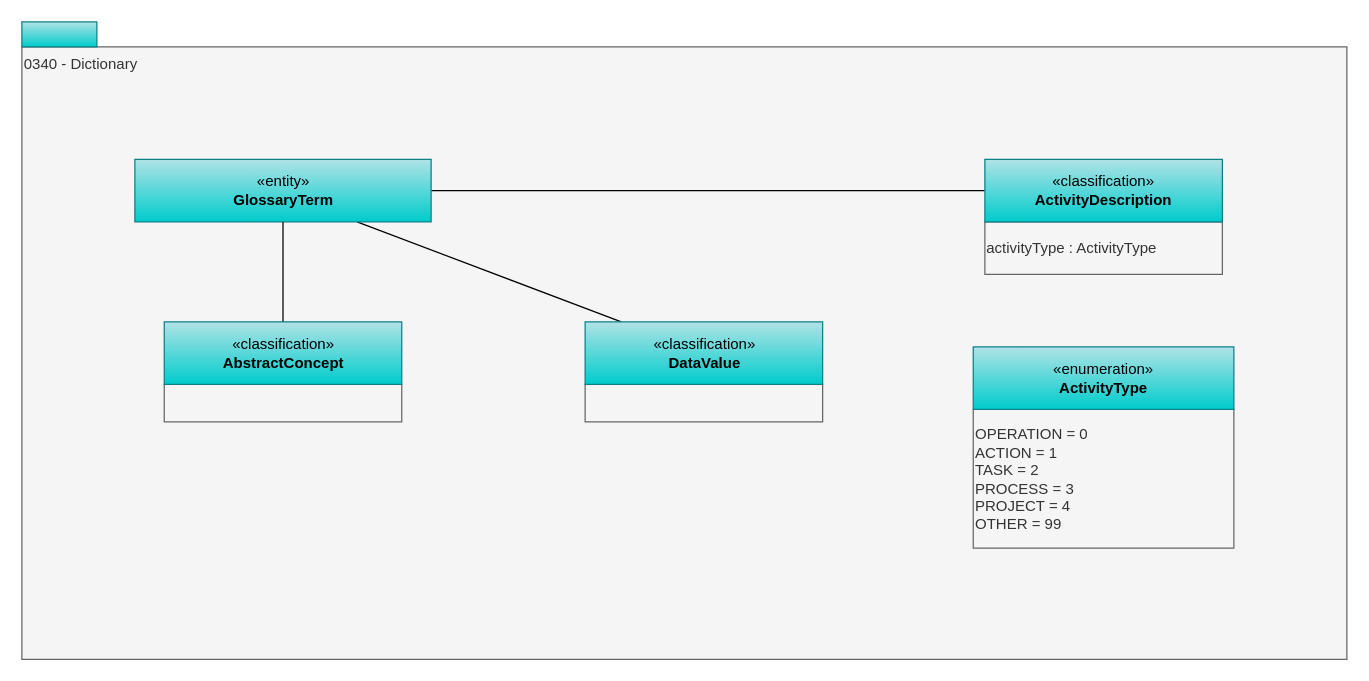
Earlier version of the draw.io diagram page "0340-Dictionary" (4 of 11) of site/docs/types/3/area-3-glossary.drawio (odpi/egeria-docs). Source tidied: cells renumbered, new cells numbered last; positions are measured from the earlier drawing's top-left corner, leaving out a move shared by most shapes. Both pictures are drawn from the tidied source at 125%, with x=0, y=0 at pixel (21, 21).
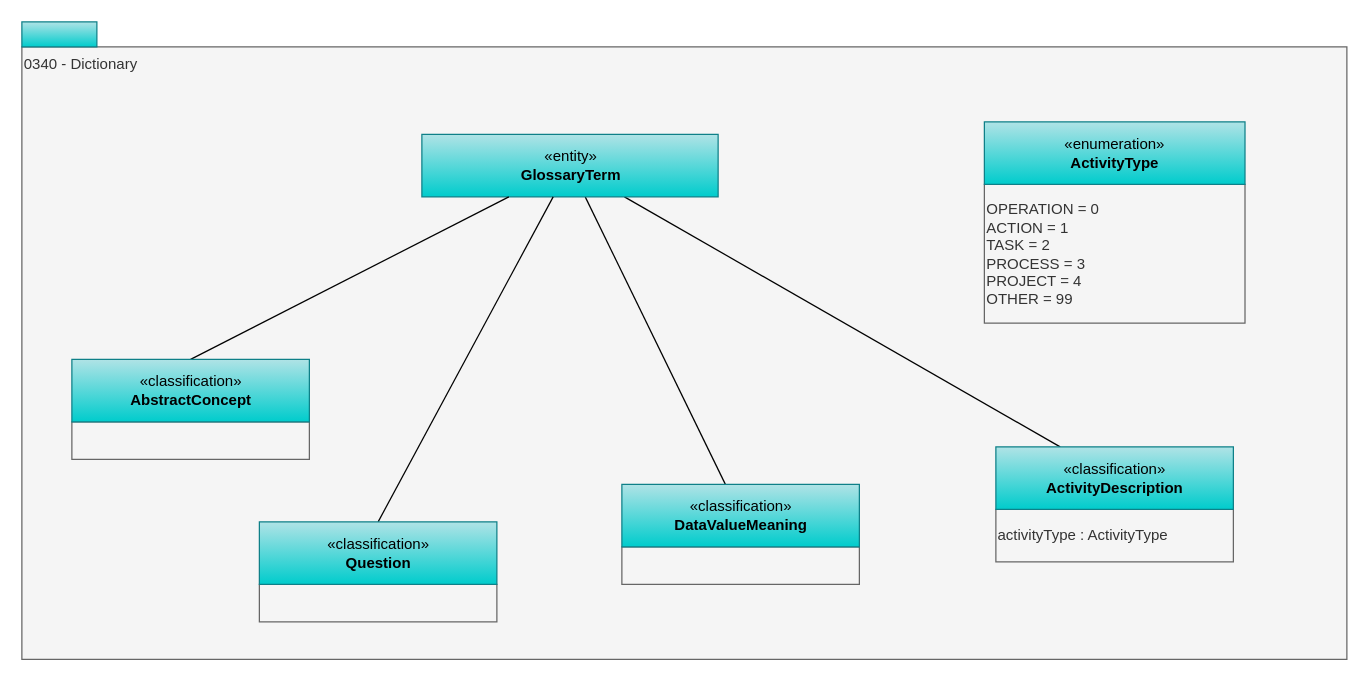
The same page after the edit.

Change to the diagram source:
```diff
@@
 <mxGraphModel>
   <root>
     <mxCell id="0" />
     <mxCell id="1" parent="0" />
     <mxCell id="2" value="0340 - Dictionary" style="rounded=0;whiteSpace=wrap;html=1;align=left;verticalAlign=top;fillColor=#f5f5f5;fontColor=#333333;strokeColor=#666666;" parent="1" vertex="1">
       <mxGeometry y="20" width="1060" height="490" as="geometry" />
     </mxCell>
     <mxCell id="3" value="activityType : ActivityType&lt;br&gt;&lt;div style=&quot;text-align: left&quot;&gt;&lt;/div&gt;" style="rounded=0;whiteSpace=wrap;html=1;strokeColor=#666666;align=left;fillColor=#f5f5f5;fontColor=#333333;" parent="1" vertex="1">
-      <mxGeometry x="770.4" y="160" width="190" height="42" as="geometry" />
+      <mxGeometry x="779.2" y="390" width="190" height="42" as="geometry" />
     </mxCell>
-    <mxCell id="4" style="edgeStyle=orthogonalEdgeStyle;rounded=0;jettySize=auto;html=1;endArrow=none;endFill=0;entryX=1;entryY=0.5;entryDx=0;entryDy=0;" parent="1" edge="1" source="5" target="8">
+    <mxCell id="4" style="rounded=0;jettySize=auto;html=1;endArrow=none;endFill=0;" parent="1" edge="1" source="5" target="8">
       <mxGeometry relative="1" as="geometry" />
     </mxCell>
     <mxCell id="5" value="«classification»&lt;br&gt;&lt;b&gt;ActivityDescription&lt;/b&gt;" style="html=1;strokeColor=#0e8088;align=center;fillColor=#b0e3e6;gradientColor=#00CCCC;" parent="1" vertex="1">
-      <mxGeometry x="770.4" y="110" width="190" height="50" as="geometry" />
+      <mxGeometry x="779.2" y="340" width="190" height="50" as="geometry" />
     </mxCell>
     <mxCell id="6" style="rounded=0;whiteSpace=wrap;html=1;align=left;fillColor=#b0e3e6;strokeColor=#0e8088;gradientColor=#00CCCC;" parent="1" vertex="1">
       <mxGeometry width="60" height="20" as="geometry" />
     </mxCell>
-    <mxCell id="7" style="rounded=0;jettySize=auto;html=1;exitX=0.75;exitY=1;exitDx=0;exitDy=0;endArrow=none;endFill=0;" parent="1" edge="1" source="8" target="12">
+    <mxCell id="7" style="rounded=0;jettySize=auto;html=1;endArrow=none;endFill=0;" parent="1" edge="1" source="8" target="12">
       <mxGeometry relative="1" as="geometry" />
     </mxCell>
     <mxCell id="8" value="«entity»&lt;br&gt;&lt;b&gt;GlossaryTerm&lt;/b&gt;" style="html=1;strokeColor=#0e8088;align=center;fillColor=#b0e3e6;gradientColor=#00CCCC;" parent="1" vertex="1">
-      <mxGeometry x="90.4" y="110" width="237" height="50" as="geometry" />
+      <mxGeometry x="320" y="90" width="237" height="50" as="geometry" />
     </mxCell>
     <mxCell id="9" value="OPERATION = 0&lt;br&gt;ACTION = 1&lt;br&gt;TASK = 2&lt;br&gt;PROCESS = 3&lt;br&gt;PROJECT = 4&lt;br&gt;OTHER = 99" style="rounded=0;whiteSpace=wrap;html=1;strokeColor=#666666;align=left;fillColor=#f5f5f5;fontColor=#333333;" parent="1" vertex="1">
-      <mxGeometry x="761.1" y="310" width="208.5" height="111" as="geometry" />
+      <mxGeometry x="770" y="130" width="208.5" height="111" as="geometry" />
     </mxCell>
     <mxCell id="10" value="«enumeration»&lt;br&gt;&lt;b&gt;ActivityType&lt;/b&gt;" style="html=1;strokeColor=#0e8088;align=center;fillColor=#b0e3e6;gradientColor=#00CCCC;" parent="1" vertex="1">
-      <mxGeometry x="761.1" y="260" width="208.5" height="50" as="geometry" />
+      <mxGeometry x="770" y="80" width="208.5" height="50" as="geometry" />
     </mxCell>
     <mxCell id="11" value="&lt;br&gt;&lt;div style=&quot;text-align: left&quot;&gt;&lt;/div&gt;" style="rounded=0;whiteSpace=wrap;html=1;strokeColor=#666666;align=left;fillColor=#f5f5f5;fontColor=#333333;" parent="1" vertex="1">
-      <mxGeometry x="450.6" y="290" width="190" height="30" as="geometry" />
+      <mxGeometry x="480" y="420" width="190" height="30" as="geometry" />
     </mxCell>
-    <mxCell id="12" value="«classification»&lt;br&gt;&lt;b&gt;DataValue&lt;/b&gt;" style="html=1;strokeColor=#0e8088;align=center;fillColor=#b0e3e6;gradientColor=#00CCCC;" parent="1" vertex="1">
-      <mxGeometry x="450.6" y="240" width="190" height="50" as="geometry" />
+    <mxCell id="12" value="«classification»&lt;br&gt;&lt;b&gt;DataValueMeaning&lt;/b&gt;" style="html=1;strokeColor=#0e8088;align=center;fillColor=#b0e3e6;gradientColor=#00CCCC;" parent="1" vertex="1">
+      <mxGeometry x="480" y="370" width="190" height="50" as="geometry" />
     </mxCell>
-    <mxCell id="13" style="edgeStyle=orthogonalEdgeStyle;rounded=0;jettySize=auto;html=1;exitX=0.5;exitY=0;exitDx=0;exitDy=0;entryX=0.5;entryY=1;entryDx=0;entryDy=0;endArrow=none;endFill=0;" parent="1" edge="1" source="15" target="8">
+    <mxCell id="13" style="rounded=0;jettySize=auto;html=1;exitX=0.5;exitY=0;exitDx=0;exitDy=0;endArrow=none;endFill=0;" parent="1" edge="1" source="15" target="8">
       <mxGeometry relative="1" as="geometry" />
     </mxCell>
     <mxCell id="14" value="&lt;br&gt;&lt;div style=&quot;text-align: left&quot;&gt;&lt;/div&gt;" style="rounded=0;whiteSpace=wrap;html=1;strokeColor=#666666;align=left;fillColor=#f5f5f5;fontColor=#333333;" parent="1" vertex="1">
-      <mxGeometry x="113.9" y="290" width="190" height="30" as="geometry" />
+      <mxGeometry x="40" y="320" width="190" height="30" as="geometry" />
     </mxCell>
     <mxCell id="15" value="«classification»&lt;br&gt;&lt;b&gt;AbstractConcept&lt;/b&gt;" style="html=1;strokeColor=#0e8088;align=center;fillColor=#b0e3e6;gradientColor=#00CCCC;" parent="1" vertex="1">
-      <mxGeometry x="113.9" y="240" width="190" height="50" as="geometry" />
+      <mxGeometry x="40" y="270" width="190" height="50" as="geometry" />
     </mxCell>
+    <mxCell id="16" value="&lt;br&gt;&lt;div style=&quot;text-align: left&quot;&gt;&lt;/div&gt;" style="rounded=0;whiteSpace=wrap;html=1;strokeColor=#666666;align=left;fillColor=#f5f5f5;fontColor=#333333;" parent="1" vertex="1">
+      <mxGeometry x="190" y="450" width="190" height="30" as="geometry" />
+    </mxCell>
+    <mxCell id="17" style="rounded=0;jettySize=auto;html=1;exitX=0.5;exitY=0;exitDx=0;exitDy=0;endArrow=none;endFill=0;" parent="1" edge="1" source="18" target="8">
+      <mxGeometry relative="1" as="geometry" />
+    </mxCell>
+    <mxCell id="18" value="«classification»&lt;br&gt;&lt;b&gt;Question&lt;/b&gt;" style="html=1;strokeColor=#0e8088;align=center;fillColor=#b0e3e6;gradientColor=#00CCCC;" parent="1" vertex="1">
+      <mxGeometry x="190" y="400" width="190" height="50" as="geometry" />
+    </mxCell>
   </root>
 </mxGraphModel>
```
